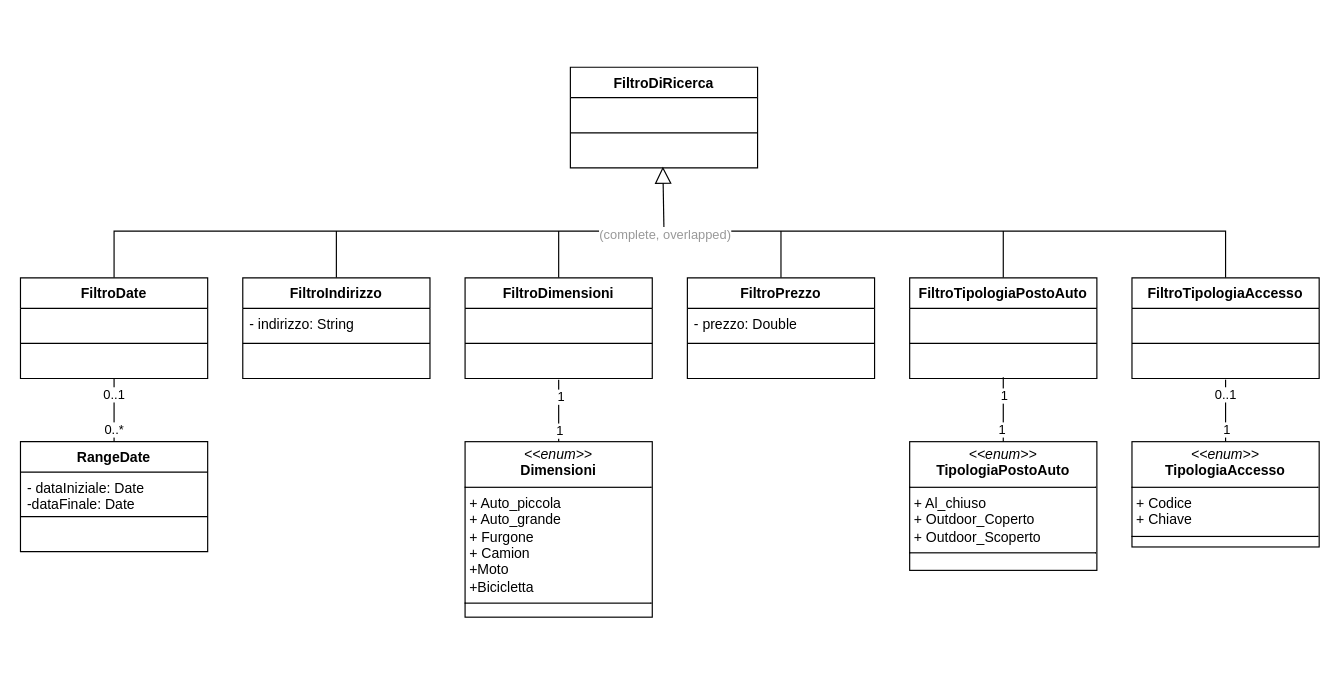
Before: progetto_nostro/cose/DIAGRAMMI/09_2_ElencoUML.drawio in pixettonebboy/progetto-ingegneria-del-software, a draw.io diagram. Source tidied: cells renumbered, new cells numbered last; positions are measured from the earlier drawing's top-left corner, leaving out a move shared by most shapes. Both pictures are drawn from the tidied source at 117%, with x=0, y=0 at pixel (20, 67).
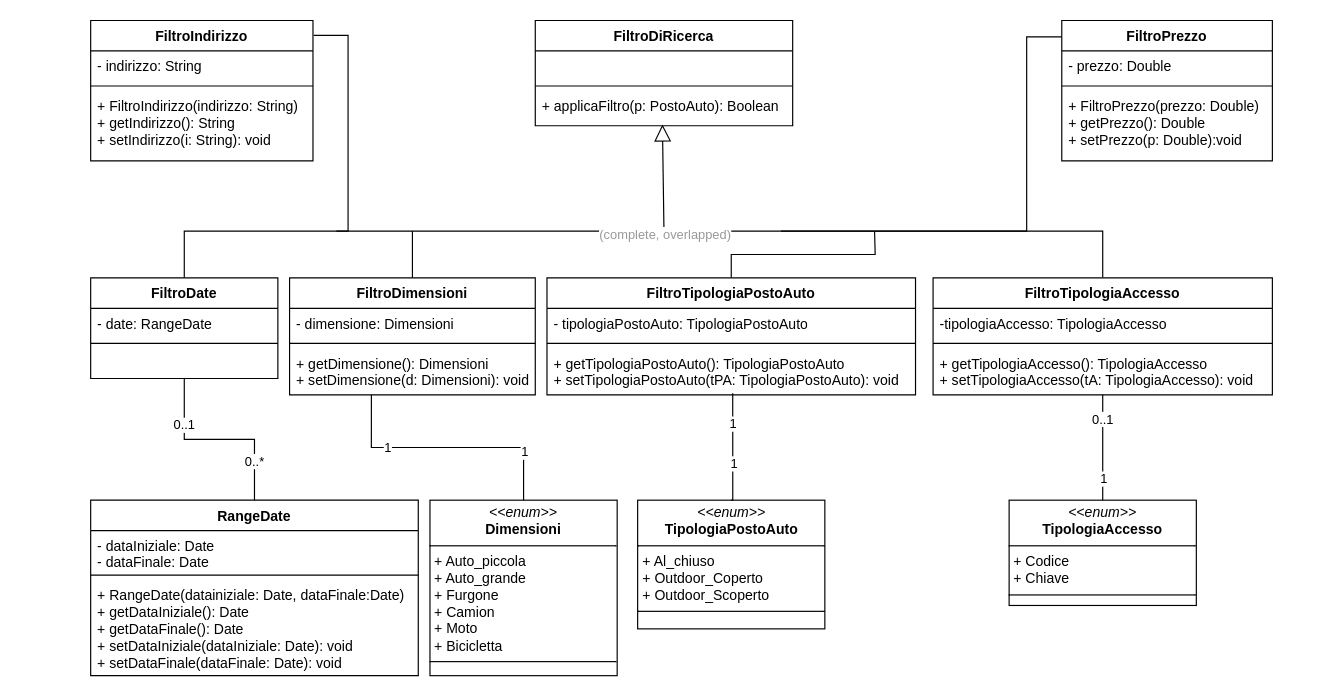
The same page after the edit.

What changed in the source:
```diff
@@
     <mxCell id="2" value="FiltroDiRicerca" style="swimlane;fontStyle=1;align=center;verticalAlign=top;horizontal=1;startSize=26;whiteSpace=wrap;html=1;" parent="1" vertex="1">
-      <mxGeometry x="470" width="160" height="86" as="geometry" />
+      <mxGeometry x="440" y="-40" width="220" height="90" as="geometry" />
     </mxCell>
     <mxCell id="3" value="&lt;br&gt;&lt;div&gt;&lt;br&gt;&lt;/div&gt;" style="text;strokeColor=none;fillColor=none;align=left;verticalAlign=top;spacingLeft=4;spacingRight=4;overflow=hidden;whiteSpace=wrap;html=1;" parent="2" vertex="1">
-      <mxGeometry y="26" width="160" height="26" as="geometry" />
+      <mxGeometry y="26" width="220" height="26" as="geometry" />
     </mxCell>
     <mxCell id="4" style="line;strokeWidth=1;fillColor=none;align=left;verticalAlign=middle;spacingTop=-1;spacingLeft=3;spacingRight=3;labelPosition=right;strokeColor=inherit;" parent="2" vertex="1">
-      <mxGeometry y="52" width="160" height="8" as="geometry" />
+      <mxGeometry y="52" width="220" height="8" as="geometry" />
     </mxCell>
-    <mxCell id="5" value="&lt;br&gt;&lt;div&gt;&lt;br&gt;&lt;/div&gt;" style="text;strokeColor=none;fillColor=none;align=left;verticalAlign=top;spacingLeft=4;spacingRight=4;overflow=hidden;points=[[0,0.5],[1,0.5]];portConstraint=eastwest;whiteSpace=wrap;html=1;" parent="2" vertex="1">
-      <mxGeometry y="60" width="160" height="26" as="geometry" />
+    <mxCell id="5" value="&lt;div&gt;+ applicaFiltro(p: PostoAuto): Boolean&lt;/div&gt;" style="text;strokeColor=none;fillColor=none;align=left;verticalAlign=top;spacingLeft=4;spacingRight=4;overflow=hidden;points=[[0,0.5],[1,0.5]];portConstraint=eastwest;whiteSpace=wrap;html=1;" parent="2" vertex="1">
+      <mxGeometry y="60" width="220" height="30" as="geometry" />
     </mxCell>
@@
-    <mxCell id="7" style="edgeStyle=orthogonalEdgeStyle;rounded=0;jettySize=auto;html=1;exitX=0.5;exitY=0;exitDx=0;exitDy=0;endArrow=none;endFill=0;" parent="1" edge="1" source="8">
+    <mxCell id="7" style="edgeStyle=orthogonalEdgeStyle;rounded=0;jettySize=auto;html=1;endArrow=none;endFill=0;exitX=1.003;exitY=0.106;exitDx=0;exitDy=0;exitPerimeter=0;" parent="1" edge="1" source="8">
       <mxGeometry relative="1" as="geometry">
         <mxPoint x="270" y="140" as="targetPoint" />
+        <Array as="points">
+          <mxPoint x="280" y="-27" />
+          <mxPoint x="280" y="140" />
+        </Array>
       </mxGeometry>
     </mxCell>
     <mxCell id="8" value="FiltroIndirizzo" style="swimlane;fontStyle=1;align=center;verticalAlign=top;horizontal=1;startSize=26;whiteSpace=wrap;html=1;" parent="1" vertex="1">
-      <mxGeometry x="190" y="180" width="160" height="86" as="geometry" />
+      <mxGeometry x="60" y="-40" width="190" height="120" as="geometry" />
     </mxCell>
     <mxCell id="9" value="- indirizzo: String" style="text;strokeColor=none;fillColor=none;align=left;verticalAlign=top;spacingLeft=4;spacingRight=4;overflow=hidden;whiteSpace=wrap;html=1;" parent="8" vertex="1">
-      <mxGeometry y="26" width="160" height="26" as="geometry" />
+      <mxGeometry y="26" width="190" height="26" as="geometry" />
     </mxCell>
     <mxCell id="10" style="line;strokeWidth=1;fillColor=none;align=left;verticalAlign=middle;spacingTop=-1;spacingLeft=3;spacingRight=3;labelPosition=right;strokeColor=inherit;" parent="8" vertex="1">
-      <mxGeometry y="52" width="160" height="8" as="geometry" />
+      <mxGeometry y="52" width="190" height="8" as="geometry" />
     </mxCell>
-    <mxCell id="11" value="&lt;div&gt;&lt;br&gt;&lt;/div&gt;&lt;div&gt;&lt;br&gt;&lt;/div&gt;" style="text;strokeColor=none;fillColor=none;align=left;verticalAlign=top;spacingLeft=4;spacingRight=4;overflow=hidden;whiteSpace=wrap;html=1;" parent="8" vertex="1">
-      <mxGeometry y="60" width="160" height="26" as="geometry" />
+    <mxCell id="11" value="&lt;div&gt;+ FiltroIndirizzo(indirizzo: String)&lt;/div&gt;&lt;div&gt;+ getIndirizzo(): String&lt;/div&gt;&lt;div&gt;+ setIndirizzo(i: String): void&lt;/div&gt;" style="text;strokeColor=none;fillColor=none;align=left;verticalAlign=top;spacingLeft=4;spacingRight=4;overflow=hidden;whiteSpace=wrap;html=1;" parent="8" vertex="1">
+      <mxGeometry y="60" width="190" height="60" as="geometry" />
     </mxCell>
     <mxCell id="12" style="edgeStyle=orthogonalEdgeStyle;rounded=0;jettySize=auto;html=1;exitX=0.5;exitY=0;exitDx=0;exitDy=0;entryX=0.5;entryY=0;entryDx=0;entryDy=0;endArrow=none;endFill=0;" parent="1" edge="1" source="14" target="35">
       <mxGeometry relative="1" as="geometry">
         <Array as="points">
-          <mxPoint x="80" y="140" />
-          <mxPoint x="1030" y="140" />
+          <mxPoint x="220" y="140" />
+          <mxPoint x="935" y="140" />
         </Array>
       </mxGeometry>
     </mxCell>
     <mxCell id="13" value="&lt;font style=&quot;color: rgb(153, 153, 153);&quot;&gt;(complete, overlapped)&lt;/font&gt;" style="edgeLabel;html=1;align=center;verticalAlign=middle;" parent="12" vertex="1">
-      <mxGeometry x="-0.01" y="-2" relative="1" as="geometry" />
+      <mxGeometry x="-0.01" y="-2" relative="1" as="geometry">
+        <mxPoint x="22" as="offset" />
+      </mxGeometry>
     </mxCell>
     <mxCell id="14" value="FiltroDate" style="swimlane;fontStyle=1;align=center;verticalAlign=top;horizontal=1;startSize=26;whiteSpace=wrap;html=1;" parent="1" vertex="1">
-      <mxGeometry y="180" width="160" height="86" as="geometry" />
+      <mxGeometry x="60" y="180" width="160" height="86" as="geometry" />
     </mxCell>
-    <mxCell id="15" value="&lt;br&gt;&lt;div&gt;&lt;br&gt;&lt;/div&gt;" style="text;strokeColor=none;fillColor=none;align=left;verticalAlign=top;spacingLeft=4;spacingRight=4;overflow=hidden;whiteSpace=wrap;html=1;" parent="14" vertex="1">
+    <mxCell id="15" value="&lt;div&gt;- date: RangeDate&lt;/div&gt;" style="text;strokeColor=none;fillColor=none;align=left;verticalAlign=top;spacingLeft=4;spacingRight=4;overflow=hidden;whiteSpace=wrap;html=1;" parent="14" vertex="1">
       <mxGeometry y="26" width="160" height="26" as="geometry" />
     </mxCell>
@@
     <mxCell id="18" style="edgeStyle=orthogonalEdgeStyle;rounded=0;jettySize=auto;html=1;exitX=0.5;exitY=0;exitDx=0;exitDy=0;endArrow=none;endFill=0;" parent="1" edge="1" source="19">
       <mxGeometry relative="1" as="geometry">
-        <mxPoint x="460" y="140" as="targetPoint" />
+        <mxPoint x="335" y="140" as="targetPoint" />
       </mxGeometry>
     </mxCell>
     <mxCell id="19" value="FiltroDimensioni" style="swimlane;fontStyle=1;align=center;verticalAlign=top;horizontal=1;startSize=26;whiteSpace=wrap;html=1;" parent="1" vertex="1">
-      <mxGeometry x="380" y="180" width="160" height="86" as="geometry" />
+      <mxGeometry x="230" y="180" width="210" height="100" as="geometry" />
     </mxCell>
-    <mxCell id="20" value="&lt;br&gt;&lt;div&gt;&lt;br&gt;&lt;/div&gt;" style="text;strokeColor=none;fillColor=none;align=left;verticalAlign=top;spacingLeft=4;spacingRight=4;overflow=hidden;whiteSpace=wrap;html=1;" parent="19" vertex="1">
-      <mxGeometry y="26" width="160" height="26" as="geometry" />
+    <mxCell id="20" value="&lt;div&gt;- dimensione: Dimensioni&lt;/div&gt;" style="text;strokeColor=none;fillColor=none;align=left;verticalAlign=top;spacingLeft=4;spacingRight=4;overflow=hidden;whiteSpace=wrap;html=1;" parent="19" vertex="1">
+      <mxGeometry y="26" width="210" height="26" as="geometry" />
     </mxCell>
     <mxCell id="21" style="line;strokeWidth=1;fillColor=none;align=left;verticalAlign=middle;spacingTop=-1;spacingLeft=3;spacingRight=3;labelPosition=right;strokeColor=inherit;" parent="19" vertex="1">
-      <mxGeometry y="52" width="160" height="8" as="geometry" />
+      <mxGeometry y="52" width="210" height="8" as="geometry" />
     </mxCell>
-    <mxCell id="22" value="&lt;div&gt;&lt;br&gt;&lt;/div&gt;&lt;div&gt;&lt;br&gt;&lt;/div&gt;" style="text;strokeColor=none;fillColor=none;align=left;verticalAlign=top;spacingLeft=4;spacingRight=4;overflow=hidden;points=[[0,0.5],[1,0.5]];portConstraint=eastwest;whiteSpace=wrap;html=1;" parent="19" vertex="1">
-      <mxGeometry y="60" width="160" height="26" as="geometry" />
+    <mxCell id="22" value="&lt;div&gt;+ getDimensione(): Dimensioni&lt;/div&gt;&lt;div&gt;+ setDimensione(d: Dimensioni): void&lt;/div&gt;" style="text;strokeColor=none;fillColor=none;align=left;verticalAlign=top;spacingLeft=4;spacingRight=4;overflow=hidden;points=[[0,0.5],[1,0.5]];portConstraint=eastwest;whiteSpace=wrap;html=1;" parent="19" vertex="1">
+      <mxGeometry y="60" width="210" height="40" as="geometry" />
     </mxCell>
     <mxCell id="23" style="edgeStyle=orthogonalEdgeStyle;rounded=0;jettySize=auto;html=1;exitX=0.5;exitY=0;exitDx=0;exitDy=0;endArrow=none;endFill=0;" parent="1" edge="1" source="24">
       <mxGeometry relative="1" as="geometry">
-        <mxPoint x="840" y="140" as="targetPoint" />
+        <mxPoint x="730" y="140" as="targetPoint" />
       </mxGeometry>
     </mxCell>
     <mxCell id="24" value="FiltroTipologiaPostoAuto" style="swimlane;fontStyle=1;align=center;verticalAlign=top;horizontal=1;startSize=26;whiteSpace=wrap;html=1;" parent="1" vertex="1">
-      <mxGeometry x="760" y="180" width="160" height="86" as="geometry" />
+      <mxGeometry x="450" y="180" width="315" height="100" as="geometry" />
     </mxCell>
-    <mxCell id="25" value="&lt;div&gt;&lt;br&gt;&lt;/div&gt;&lt;div&gt;&lt;br&gt;&lt;/div&gt;" style="text;strokeColor=none;fillColor=none;align=left;verticalAlign=top;spacingLeft=4;spacingRight=4;overflow=hidden;whiteSpace=wrap;html=1;" parent="24" vertex="1">
-      <mxGeometry y="26" width="160" height="26" as="geometry" />
+    <mxCell id="25" value="&lt;div&gt;- tipologiaPostoAuto: TipologiaPostoAuto&lt;/div&gt;" style="text;strokeColor=none;fillColor=none;align=left;verticalAlign=top;spacingLeft=4;spacingRight=4;overflow=hidden;whiteSpace=wrap;html=1;" parent="24" vertex="1">
+      <mxGeometry y="26" width="315" height="26" as="geometry" />
     </mxCell>
     <mxCell id="26" style="line;strokeWidth=1;fillColor=none;align=left;verticalAlign=middle;spacingTop=-1;spacingLeft=3;spacingRight=3;labelPosition=right;strokeColor=inherit;" parent="24" vertex="1">
-      <mxGeometry y="52" width="160" height="8" as="geometry" />
+      <mxGeometry y="52" width="315" height="8" as="geometry" />
     </mxCell>
-    <mxCell id="27" value="&lt;div&gt;&lt;br&gt;&lt;/div&gt;&lt;div&gt;&lt;br&gt;&lt;/div&gt;" style="text;strokeColor=none;fillColor=none;align=left;verticalAlign=top;spacingLeft=4;spacingRight=4;overflow=hidden;points=[[0,0.5],[1,0.5]];portConstraint=eastwest;whiteSpace=wrap;html=1;" parent="24" vertex="1">
-      <mxGeometry y="60" width="160" height="26" as="geometry" />
+    <mxCell id="27" value="&lt;div&gt;+ getTipologiaPostoAuto(): TipologiaPostoAuto&lt;/div&gt;&lt;div&gt;+ setTipologiaPostoAuto(tPA: TipologiaPostoAuto): void&lt;/div&gt;" style="text;strokeColor=none;fillColor=none;align=left;verticalAlign=top;spacingLeft=4;spacingRight=4;overflow=hidden;points=[[0,0.5],[1,0.5]];portConstraint=eastwest;whiteSpace=wrap;html=1;" parent="24" vertex="1">
+      <mxGeometry y="60" width="315" height="40" as="geometry" />
     </mxCell>
     <mxCell id="28" value="RangeDate" style="swimlane;fontStyle=1;align=center;verticalAlign=top;horizontal=1;startSize=26;whiteSpace=wrap;html=1;" parent="1" vertex="1">
-      <mxGeometry y="320" width="160" height="94" as="geometry" />
+      <mxGeometry x="60" y="370" width="280" height="150" as="geometry" />
     </mxCell>
-    <mxCell id="29" value="- dataIniziale: Date&lt;div&gt;-dataFinale: Date&lt;/div&gt;" style="text;strokeColor=none;fillColor=none;align=left;verticalAlign=top;spacingLeft=4;spacingRight=4;overflow=hidden;whiteSpace=wrap;html=1;" parent="28" vertex="1">
-      <mxGeometry y="26" width="160" height="34" as="geometry" />
+    <mxCell id="29" value="- dataIniziale: Date&lt;div&gt;- dataFinale: Date&lt;/div&gt;" style="text;strokeColor=none;fillColor=none;align=left;verticalAlign=top;spacingLeft=4;spacingRight=4;overflow=hidden;whiteSpace=wrap;html=1;" parent="28" vertex="1">
+      <mxGeometry y="26" width="280" height="34" as="geometry" />
     </mxCell>
     <mxCell id="30" style="line;strokeWidth=1;fillColor=none;align=left;verticalAlign=middle;spacingTop=-1;spacingLeft=3;spacingRight=3;labelPosition=right;strokeColor=inherit;" parent="28" vertex="1">
-      <mxGeometry y="60" width="160" height="8" as="geometry" />
+      <mxGeometry y="60" width="280" height="8" as="geometry" />
     </mxCell>
-    <mxCell id="31" value="&lt;br&gt;&lt;div&gt;&lt;br&gt;&lt;/div&gt;" style="text;strokeColor=none;fillColor=none;align=left;verticalAlign=top;spacingLeft=4;spacingRight=4;overflow=hidden;whiteSpace=wrap;html=1;" parent="28" vertex="1">
-      <mxGeometry y="68" width="160" height="26" as="geometry" />
+    <mxCell id="31" value="&lt;div&gt;+ RangeDate(datainiziale: Date, dataFinale:Date)&lt;/div&gt;&lt;div&gt;+ getDataIniziale(): Date&lt;/div&gt;&lt;div&gt;+ getDataFinale(): Date&lt;/div&gt;&lt;div&gt;+ setDataIniziale(dataIniziale: Date): void&lt;/div&gt;&lt;div&gt;+ setDataFinale(dataFinale: Date): void&lt;/div&gt;" style="text;strokeColor=none;fillColor=none;align=left;verticalAlign=top;spacingLeft=4;spacingRight=4;overflow=hidden;whiteSpace=wrap;html=1;" parent="28" vertex="1">
+      <mxGeometry y="68" width="280" height="82" as="geometry" />
     </mxCell>
@@
     <mxCell id="35" value="FiltroTipologiaAccesso" style="swimlane;fontStyle=1;align=center;verticalAlign=top;horizontal=1;startSize=26;whiteSpace=wrap;html=1;" parent="1" vertex="1">
-      <mxGeometry x="950" y="180" width="160" height="86" as="geometry" />
+      <mxGeometry x="780" y="180" width="290" height="100" as="geometry" />
     </mxCell>
-    <mxCell id="36" value="&lt;div&gt;&lt;br&gt;&lt;/div&gt;&lt;div&gt;&lt;br&gt;&lt;/div&gt;" style="text;strokeColor=none;fillColor=none;align=left;verticalAlign=top;spacingLeft=4;spacingRight=4;overflow=hidden;whiteSpace=wrap;html=1;" parent="35" vertex="1">
-      <mxGeometry y="26" width="160" height="26" as="geometry" />
+    <mxCell id="36" value="&lt;div&gt;-tipologiaAccesso: TipologiaAccesso&lt;/div&gt;" style="text;strokeColor=none;fillColor=none;align=left;verticalAlign=top;spacingLeft=4;spacingRight=4;overflow=hidden;whiteSpace=wrap;html=1;" parent="35" vertex="1">
+      <mxGeometry y="26" width="290" height="26" as="geometry" />
     </mxCell>
     <mxCell id="37" style="line;strokeWidth=1;fillColor=none;align=left;verticalAlign=middle;spacingTop=-1;spacingLeft=3;spacingRight=3;labelPosition=right;strokeColor=inherit;" parent="35" vertex="1">
-      <mxGeometry y="52" width="160" height="8" as="geometry" />
+      <mxGeometry y="52" width="290" height="8" as="geometry" />
     </mxCell>
-    <mxCell id="38" value="&lt;div&gt;&lt;br&gt;&lt;/div&gt;&lt;div&gt;&lt;br&gt;&lt;/div&gt;" style="text;strokeColor=none;fillColor=none;align=left;verticalAlign=top;spacingLeft=4;spacingRight=4;overflow=hidden;points=[[0,0.5],[1,0.5]];portConstraint=eastwest;whiteSpace=wrap;html=1;" parent="35" vertex="1">
-      <mxGeometry y="60" width="160" height="26" as="geometry" />
+    <mxCell id="38" value="&lt;div&gt;+ getTipologiaAccesso(): TipologiaAccesso&lt;/div&gt;&lt;div&gt;+ setTipologiaAccesso(tA: TipologiaAccesso): void&lt;/div&gt;" style="text;strokeColor=none;fillColor=none;align=left;verticalAlign=top;spacingLeft=4;spacingRight=4;overflow=hidden;points=[[0,0.5],[1,0.5]];portConstraint=eastwest;whiteSpace=wrap;html=1;" parent="35" vertex="1">
+      <mxGeometry y="60" width="290" height="40" as="geometry" />
     </mxCell>
-    <mxCell id="39" style="edgeStyle=orthogonalEdgeStyle;rounded=0;jettySize=auto;html=1;exitX=0.5;exitY=0;exitDx=0;exitDy=0;endArrow=none;endFill=0;" parent="1" edge="1" source="40">
+    <mxCell id="39" style="edgeStyle=orthogonalEdgeStyle;rounded=0;jettySize=auto;html=1;endArrow=none;endFill=0;exitX=0.013;exitY=0.101;exitDx=0;exitDy=0;exitPerimeter=0;" parent="1" edge="1" source="40">
       <mxGeometry relative="1" as="geometry">
         <mxPoint x="650" y="140" as="targetPoint" />
+        <Array as="points">
+          <mxPoint x="892" y="-26" />
+          <mxPoint x="860" y="-26" />
+          <mxPoint x="860" y="140" />
+        </Array>
       </mxGeometry>
     </mxCell>
     <mxCell id="40" value="FiltroPrezzo" style="swimlane;fontStyle=1;align=center;verticalAlign=top;horizontal=1;startSize=26;whiteSpace=wrap;html=1;" parent="1" vertex="1">
-      <mxGeometry x="570" y="180" width="160" height="86" as="geometry" />
+      <mxGeometry x="890" y="-40" width="180" height="120" as="geometry" />
     </mxCell>
     <mxCell id="41" value="- prezzo: Double" style="text;strokeColor=none;fillColor=none;align=left;verticalAlign=top;spacingLeft=4;spacingRight=4;overflow=hidden;whiteSpace=wrap;html=1;" parent="40" vertex="1">
-      <mxGeometry y="26" width="160" height="26" as="geometry" />
+      <mxGeometry y="26" width="180" height="26" as="geometry" />
     </mxCell>
     <mxCell id="42" style="line;strokeWidth=1;fillColor=none;align=left;verticalAlign=middle;spacingTop=-1;spacingLeft=3;spacingRight=3;labelPosition=right;strokeColor=inherit;" parent="40" vertex="1">
-      <mxGeometry y="52" width="160" height="8" as="geometry" />
+      <mxGeometry y="52" width="180" height="8" as="geometry" />
     </mxCell>
-    <mxCell id="43" value="&lt;div&gt;&lt;br&gt;&lt;/div&gt;&lt;div&gt;&lt;br&gt;&lt;/div&gt;" style="text;strokeColor=none;fillColor=none;align=left;verticalAlign=top;spacingLeft=4;spacingRight=4;overflow=hidden;whiteSpace=wrap;html=1;" parent="40" vertex="1">
-      <mxGeometry y="60" width="160" height="26" as="geometry" />
+    <mxCell id="43" value="&lt;div&gt;+ FiltroPrezzo(prezzo: Double)&lt;/div&gt;&lt;div&gt;+ getPrezzo(): Double&lt;/div&gt;&lt;div&gt;+ setPrezzo(p: Double):void&lt;/div&gt;" style="text;strokeColor=none;fillColor=none;align=left;verticalAlign=top;spacingLeft=4;spacingRight=4;overflow=hidden;whiteSpace=wrap;html=1;" parent="40" vertex="1">
+      <mxGeometry y="60" width="180" height="60" as="geometry" />
     </mxCell>
-    <mxCell id="44" value="&lt;p style=&quot;margin:0px;margin-top:4px;text-align:center;&quot;&gt;&lt;i&gt;&amp;lt;&amp;lt;enum&amp;gt;&amp;gt;&lt;/i&gt;&lt;br&gt;&lt;b&gt;Dimensioni&lt;/b&gt;&lt;/p&gt;&lt;hr size=&quot;1&quot; style=&quot;border-style:solid;&quot;&gt;&lt;p style=&quot;margin:0px;margin-left:4px;&quot;&gt;+ Auto_piccola&lt;/p&gt;&lt;p style=&quot;margin:0px;margin-left:4px;&quot;&gt;+ Auto_grande&lt;/p&gt;&lt;p style=&quot;margin:0px;margin-left:4px;&quot;&gt;+ Furgone&lt;/p&gt;&lt;p style=&quot;margin:0px;margin-left:4px;&quot;&gt;+ Camion&lt;/p&gt;&lt;p style=&quot;margin:0px;margin-left:4px;&quot;&gt;+Moto&lt;/p&gt;&lt;p style=&quot;margin:0px;margin-left:4px;&quot;&gt;+Bicicletta&lt;/p&gt;&lt;hr size=&quot;1&quot; style=&quot;border-style:solid;&quot;&gt;&lt;p style=&quot;margin:0px;margin-left:4px;&quot;&gt;&lt;br&gt;&lt;/p&gt;" style="verticalAlign=top;align=left;overflow=fill;html=1;whiteSpace=wrap;" parent="1" vertex="1">
-      <mxGeometry x="380" y="320" width="160" height="150" as="geometry" />
+    <mxCell id="44" value="&lt;p style=&quot;margin:0px;margin-top:4px;text-align:center;&quot;&gt;&lt;i&gt;&amp;lt;&amp;lt;enum&amp;gt;&amp;gt;&lt;/i&gt;&lt;br&gt;&lt;b&gt;Dimensioni&lt;/b&gt;&lt;/p&gt;&lt;hr size=&quot;1&quot; style=&quot;border-style:solid;&quot;&gt;&lt;p style=&quot;margin:0px;margin-left:4px;&quot;&gt;+ Auto_piccola&lt;/p&gt;&lt;p style=&quot;margin:0px;margin-left:4px;&quot;&gt;+ Auto_grande&lt;/p&gt;&lt;p style=&quot;margin:0px;margin-left:4px;&quot;&gt;+ Furgone&lt;/p&gt;&lt;p style=&quot;margin:0px;margin-left:4px;&quot;&gt;+ Camion&lt;/p&gt;&lt;p style=&quot;margin:0px;margin-left:4px;&quot;&gt;+ Moto&lt;/p&gt;&lt;p style=&quot;margin:0px;margin-left:4px;&quot;&gt;+ Bicicletta&lt;/p&gt;&lt;hr size=&quot;1&quot; style=&quot;border-style:solid;&quot;&gt;&lt;p style=&quot;margin:0px;margin-left:4px;&quot;&gt;&lt;br&gt;&lt;/p&gt;" style="verticalAlign=top;align=left;overflow=fill;html=1;whiteSpace=wrap;" parent="1" vertex="1">
+      <mxGeometry x="350" y="370" width="160" height="150" as="geometry" />
     </mxCell>
-    <mxCell id="45" style="edgeStyle=orthogonalEdgeStyle;rounded=0;jettySize=auto;html=1;exitX=0.5;exitY=0;exitDx=0;exitDy=0;entryX=0.5;entryY=1.038;entryDx=0;entryDy=0;entryPerimeter=0;endArrow=none;endFill=0;" parent="1" edge="1" source="44" target="22">
+    <mxCell id="45" style="edgeStyle=orthogonalEdgeStyle;rounded=0;jettySize=auto;html=1;endArrow=none;endFill=0;entryX=0.333;entryY=1;entryDx=0;entryDy=0;entryPerimeter=0;" parent="1" edge="1" source="44" target="22">
       <mxGeometry relative="1" as="geometry" />
     </mxCell>
@@
     <mxCell id="48" value="&lt;p style=&quot;margin:0px;margin-top:4px;text-align:center;&quot;&gt;&lt;i&gt;&amp;lt;&amp;lt;enum&amp;gt;&amp;gt;&lt;/i&gt;&lt;br&gt;&lt;b&gt;TipologiaPostoAuto&lt;/b&gt;&lt;/p&gt;&lt;hr size=&quot;1&quot; style=&quot;border-style:solid;&quot;&gt;&lt;p style=&quot;margin:0px;margin-left:4px;&quot;&gt;+ Al_chiuso&lt;br&gt;&lt;/p&gt;&lt;p style=&quot;margin:0px;margin-left:4px;&quot;&gt;+ Outdoor_Coperto&lt;/p&gt;&lt;p style=&quot;margin:0px;margin-left:4px;&quot;&gt;+ Outdoor_Scoperto&lt;/p&gt;&lt;hr size=&quot;1&quot; style=&quot;border-style:solid;&quot;&gt;&lt;p style=&quot;margin:0px;margin-left:4px;&quot;&gt;&lt;br&gt;&lt;/p&gt;" style="verticalAlign=top;align=left;overflow=fill;html=1;whiteSpace=wrap;" parent="1" vertex="1">
-      <mxGeometry x="760" y="320" width="160" height="110" as="geometry" />
+      <mxGeometry x="527.5" y="370" width="160" height="110" as="geometry" />
     </mxCell>
     <mxCell id="49" value="&lt;p style=&quot;margin:0px;margin-top:4px;text-align:center;&quot;&gt;&lt;i&gt;&amp;lt;&amp;lt;enum&amp;gt;&amp;gt;&lt;/i&gt;&lt;br&gt;&lt;b&gt;TipologiaAccesso&lt;/b&gt;&lt;/p&gt;&lt;hr size=&quot;1&quot; style=&quot;border-style:solid;&quot;&gt;&lt;p style=&quot;margin:0px;margin-left:4px;&quot;&gt;+ Codice&lt;br&gt;&lt;/p&gt;&lt;p style=&quot;margin:0px;margin-left:4px;&quot;&gt;+ Chiave&lt;/p&gt;&lt;hr size=&quot;1&quot; style=&quot;border-style:solid;&quot;&gt;&lt;p style=&quot;margin:0px;margin-left:4px;&quot;&gt;&lt;br&gt;&lt;/p&gt;" style="verticalAlign=top;align=left;overflow=fill;html=1;whiteSpace=wrap;" parent="1" vertex="1">
-      <mxGeometry x="950" y="320" width="160" height="90" as="geometry" />
+      <mxGeometry x="845" y="370" width="160" height="90" as="geometry" />
     </mxCell>
-    <mxCell id="50" style="edgeStyle=orthogonalEdgeStyle;rounded=0;jettySize=auto;html=1;exitX=0.5;exitY=0;exitDx=0;exitDy=0;entryX=0.5;entryY=0.962;entryDx=0;entryDy=0;entryPerimeter=0;endArrow=none;endFill=0;" parent="1" edge="1" source="48" target="27">
-      <mxGeometry relative="1" as="geometry" />
+    <mxCell id="50" style="edgeStyle=orthogonalEdgeStyle;rounded=0;jettySize=auto;html=1;exitX=0.5;exitY=0;exitDx=0;exitDy=0;endArrow=none;endFill=0;entryX=0.504;entryY=0.966;entryDx=0;entryDy=0;entryPerimeter=0;" parent="1" edge="1" source="48" target="27">
+      <mxGeometry relative="1" as="geometry">
+        <Array as="points">
+          <mxPoint x="609" y="370" />
+        </Array>
+      </mxGeometry>
     </mxCell>
@@
     <mxCell id="52" value="1" style="edgeLabel;html=1;align=center;verticalAlign=middle;" parent="50" vertex="1">
-      <mxGeometry x="-0.6" y="2" relative="1" as="geometry" />
+      <mxGeometry x="-0.6" y="2" relative="1" as="geometry">
+        <mxPoint x="3" y="-14" as="offset" />
+      </mxGeometry>
     </mxCell>
-    <mxCell id="53" style="edgeStyle=orthogonalEdgeStyle;rounded=0;jettySize=auto;html=1;exitX=0.5;exitY=0;exitDx=0;exitDy=0;entryX=0.5;entryY=1.038;entryDx=0;entryDy=0;entryPerimeter=0;endArrow=none;endFill=0;" parent="1" edge="1" source="49" target="38">
-      <mxGeometry relative="1" as="geometry" />
+    <mxCell id="53" style="edgeStyle=orthogonalEdgeStyle;rounded=0;jettySize=auto;html=1;exitX=0.5;exitY=0;exitDx=0;exitDy=0;endArrow=none;endFill=0;" parent="1" edge="1" source="49">
+      <mxGeometry relative="1" as="geometry">
+        <mxPoint x="925" y="280" as="targetPoint" />
+      </mxGeometry>
     </mxCell>
```
